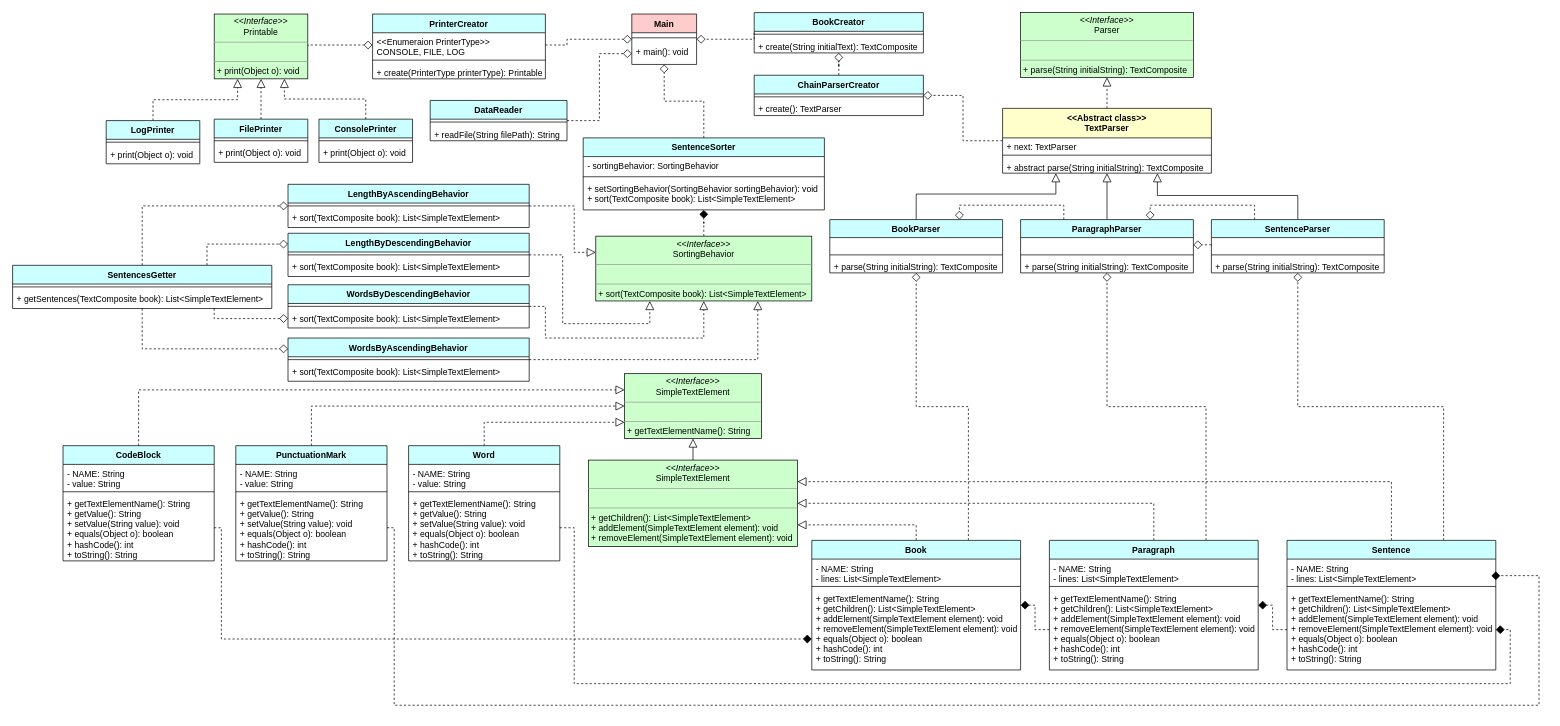
Earlier version of the draw.io diagram Task04.drawio (spalaukou/task04). Source tidied: cells renumbered, new cells numbered last; positions are measured from the earlier drawing's top-left corner, leaving out a move shared by most shapes. Both pictures are drawn from the tidied source at 72%, with x=0, y=0 at pixel (12, 12).
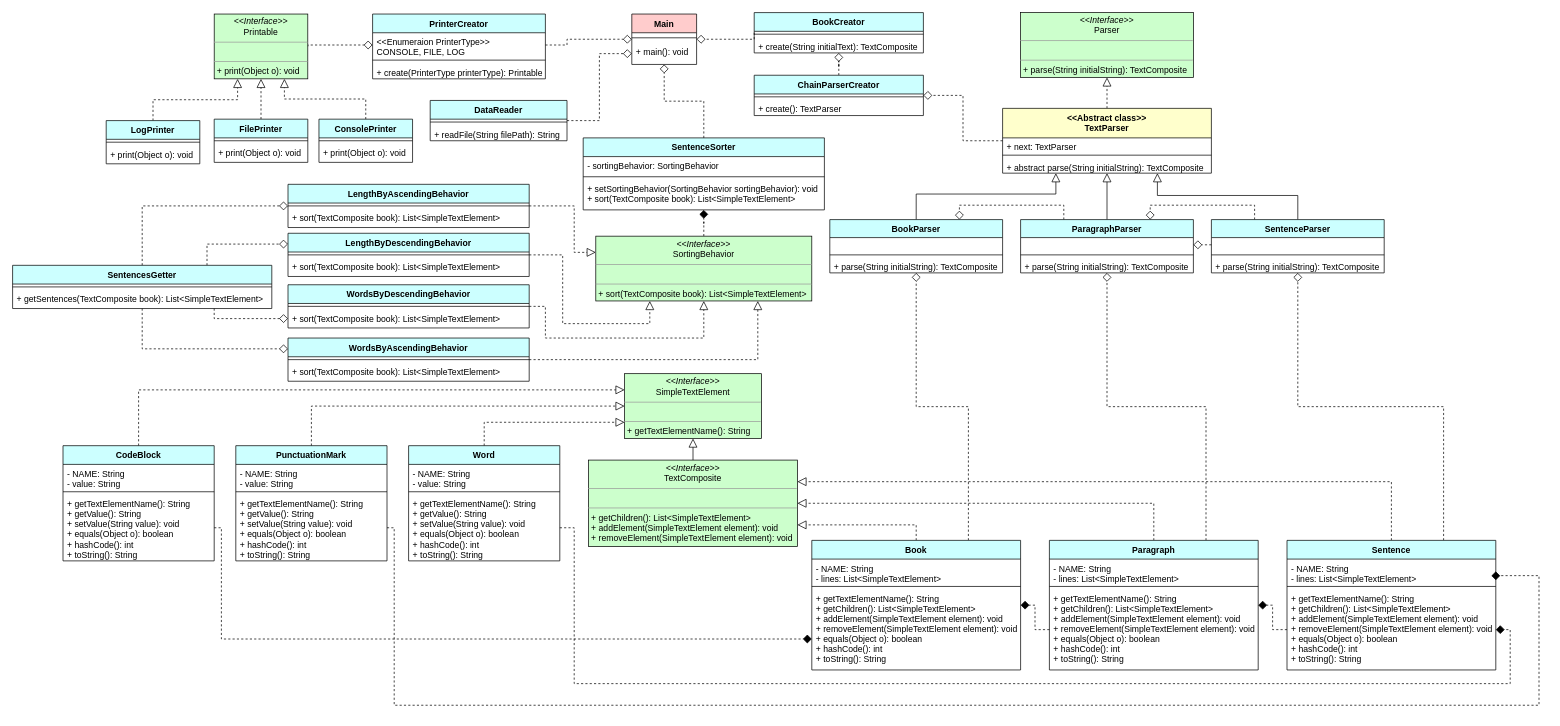
The same diagram, later.

Change to the diagram source:
```diff
@@
-    <mxCell id="3" value="&lt;p style=&quot;margin: 0px ; margin-top: 4px ; text-align: center&quot;&gt;&lt;i&gt;&amp;lt;&amp;lt;Interface&amp;gt;&amp;gt;&lt;/i&gt;&lt;br&gt;&lt;span&gt;SimpleTextElement&lt;/span&gt;&lt;br&gt;&lt;/p&gt;&lt;hr size=&quot;1&quot;&gt;&lt;p style=&quot;margin: 0px ; margin-left: 4px&quot;&gt;&lt;br&gt;&lt;/p&gt;&lt;hr size=&quot;1&quot;&gt;&lt;p style=&quot;margin: 0px ; margin-left: 4px&quot;&gt;&lt;span&gt;+ getChildren(): List&amp;lt;SimpleTextElement&amp;gt;&lt;/span&gt;&lt;br&gt;&lt;/p&gt;&lt;p style=&quot;margin: 0px ; margin-left: 4px&quot;&gt;&lt;span&gt;+ addElement(SimpleTextElement element): void&lt;/span&gt;&lt;span&gt;&lt;br&gt;&lt;/span&gt;&lt;/p&gt;&lt;p style=&quot;margin: 0px ; margin-left: 4px&quot;&gt;&lt;span&gt;+ removeElement(SimpleTextElement element): void&lt;/span&gt;&lt;span&gt;&lt;br&gt;&lt;/span&gt;&lt;/p&gt;" style="verticalAlign=top;align=left;overflow=fill;fontSize=12;fontFamily=Helvetica;html=1;rounded=0;shadow=0;comic=0;labelBackgroundColor=none;strokeColor=#000000;strokeWidth=1;fillColor=#CCFFCC;" parent="1" vertex="1">
+    <mxCell id="3" value="&lt;p style=&quot;margin: 0px ; margin-top: 4px ; text-align: center&quot;&gt;&lt;i&gt;&amp;lt;&amp;lt;Interface&amp;gt;&amp;gt;&lt;/i&gt;&lt;br&gt;&lt;span&gt;TextComposite&lt;/span&gt;&lt;br&gt;&lt;/p&gt;&lt;hr size=&quot;1&quot;&gt;&lt;p style=&quot;margin: 0px ; margin-left: 4px&quot;&gt;&lt;br&gt;&lt;/p&gt;&lt;hr size=&quot;1&quot;&gt;&lt;p style=&quot;margin: 0px ; margin-left: 4px&quot;&gt;&lt;span&gt;+ getChildren(): List&amp;lt;SimpleTextElement&amp;gt;&lt;/span&gt;&lt;br&gt;&lt;/p&gt;&lt;p style=&quot;margin: 0px ; margin-left: 4px&quot;&gt;&lt;span&gt;+ addElement(SimpleTextElement element): void&lt;/span&gt;&lt;span&gt;&lt;br&gt;&lt;/span&gt;&lt;/p&gt;&lt;p style=&quot;margin: 0px ; margin-left: 4px&quot;&gt;&lt;span&gt;+ removeElement(SimpleTextElement element): void&lt;/span&gt;&lt;span&gt;&lt;br&gt;&lt;/span&gt;&lt;/p&gt;" style="verticalAlign=top;align=left;overflow=fill;fontSize=12;fontFamily=Helvetica;html=1;rounded=0;shadow=0;comic=0;labelBackgroundColor=none;strokeColor=#000000;strokeWidth=1;fillColor=#CCFFCC;" parent="1" vertex="1">
       <mxGeometry x="800" y="621.5" width="290" height="120" as="geometry" />
     </mxCell>
```
